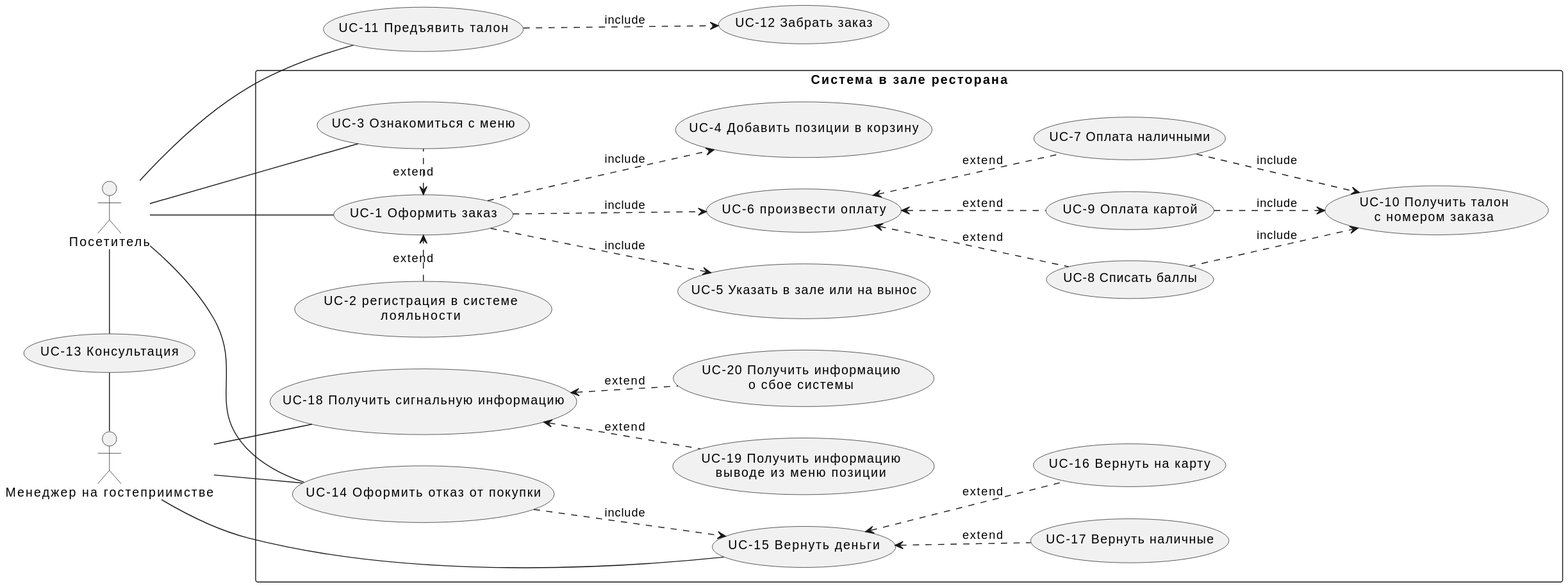
Above: docs/diagrams/out/resto_hall_usecase.svg in RusHydra/robot (PlantUML), before the change.
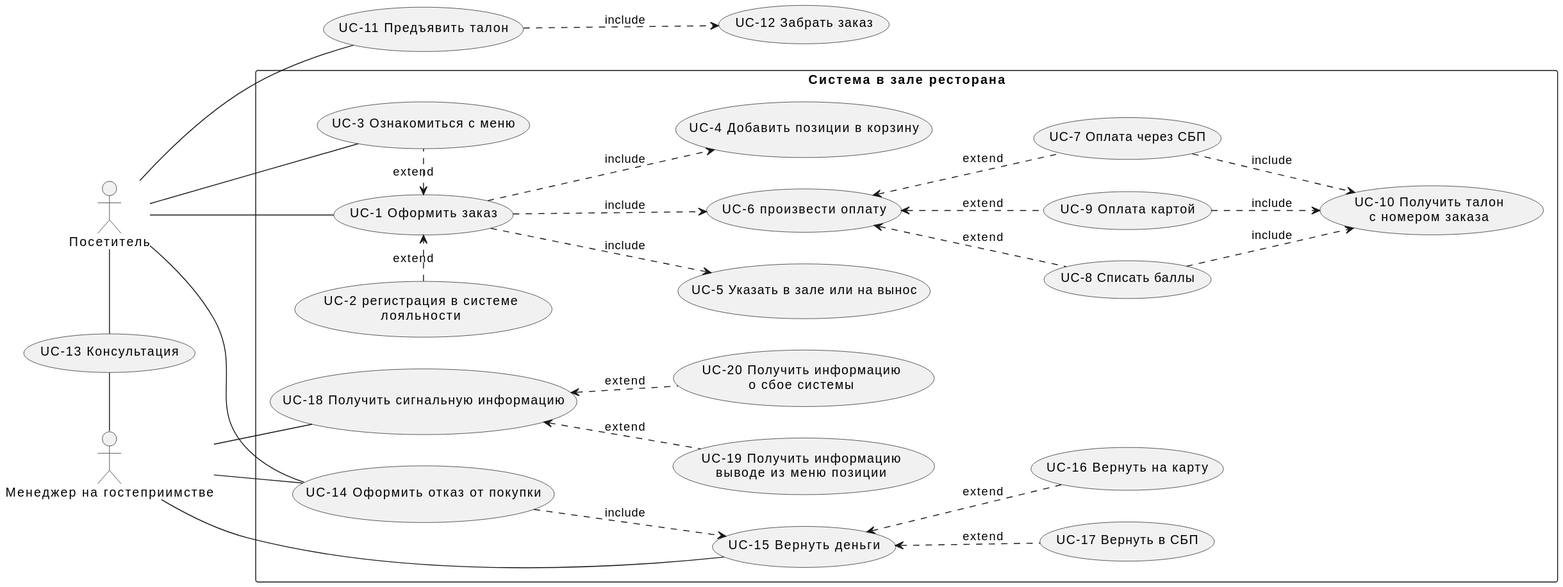
Above is the later version.

Commit message:
Use case details

What changed in the source:
```diff
@@ -16,7 +16,7 @@
 usecase add_basket as "UC-4 Добавить позиции в корзину"
 usecase take_type as "UC-5 Указать в зале или на вынос"
 usecase pay as "UC-6 произвести оплату"
-usecase pay_nal as "UC-7 Оплата наличными"
+usecase pay_nal as "UC-7 Оплата через СБП"
 usecase pay_bunus as "UC-8 Списать баллы"
 usecase pay_card as "UC-9 Оплата картой"
 usecase talon as "UC-10 Получить талон
@@ -24,7 +24,7 @@
 usecase back as "UC-14 Оформить отказ от покупки"
 usecase pay_back as "UC-15 Вернуть деньги"
 usecase eq_back as "UC-16 Вернуть на карту"
-usecase nal_back as "UC-17 Вернуть наличные"
+usecase nal_back as "UC-17 Вернуть в СБП"
 usecase error as "UC-18 Получить сигнальную информацию"
 usecase chk_out as "UC-19 Получить информацию
 выводе из меню позиции"
```
